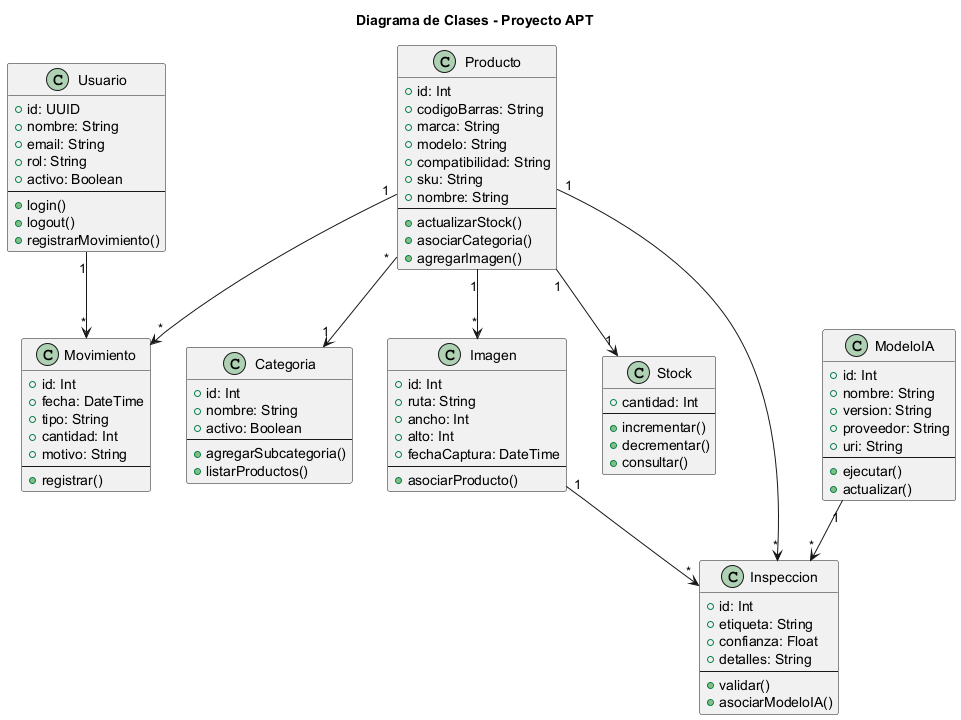
Before: inventario-app/docs/diagramas_img/Diagrama_Clases_APT.png, a diagram exported from PlantUML (Tihare-Campusano/NEXA).
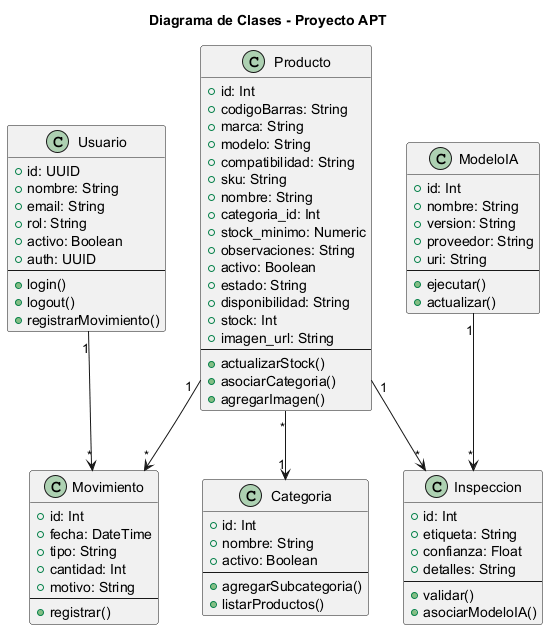
The same diagram one commit later.

What changed in the source:
```diff
@@ -7,6 +7,7 @@
     +email: String
     +rol: String
     +activo: Boolean
+    +auth: UUID
     --
     +login()
     +logout()
@@ -21,6 +22,14 @@
     +compatibilidad: String
     +sku: String
     +nombre: String
+    +categoria_id: Int
+    +stock_minimo: Numeric
+    +observaciones: String
+    +activo: Boolean
+    +estado: String
+    +disponibilidad: String
+    +stock: Int
+    +imagen_url: String
     --
     +actualizarStock()
     +asociarCategoria()
@@ -36,16 +45,6 @@
     +listarProductos()
 }
 
-class Imagen {
-    +id: Int
-    +ruta: String
-    +ancho: Int
-    +alto: Int
-    +fechaCaptura: DateTime
-    --
-    +asociarProducto()
-}
-
 class Movimiento {
     +id: Int
     +fecha: DateTime
@@ -54,14 +53,6 @@
     +motivo: String
     --
     +registrar()
-}
-
-class Stock {
-    +cantidad: Int
-    --
-    +incrementar()
-    +decrementar()
-    +consultar()
 }
 
 class Inspeccion {
@@ -86,12 +77,9 @@
 }
 
 Usuario "1" --> "*" Movimiento
-Producto "1" --> "*" Imagen
-Producto "1" --> "1" Stock
 Producto "*" --> "1" Categoria
 Producto "1" --> "*" Movimiento
 Producto "1" --> "*" Inspeccion
-Imagen "1" --> "*" Inspeccion
 ModeloIA "1" --> "*" Inspeccion
 
 @enduml
```
